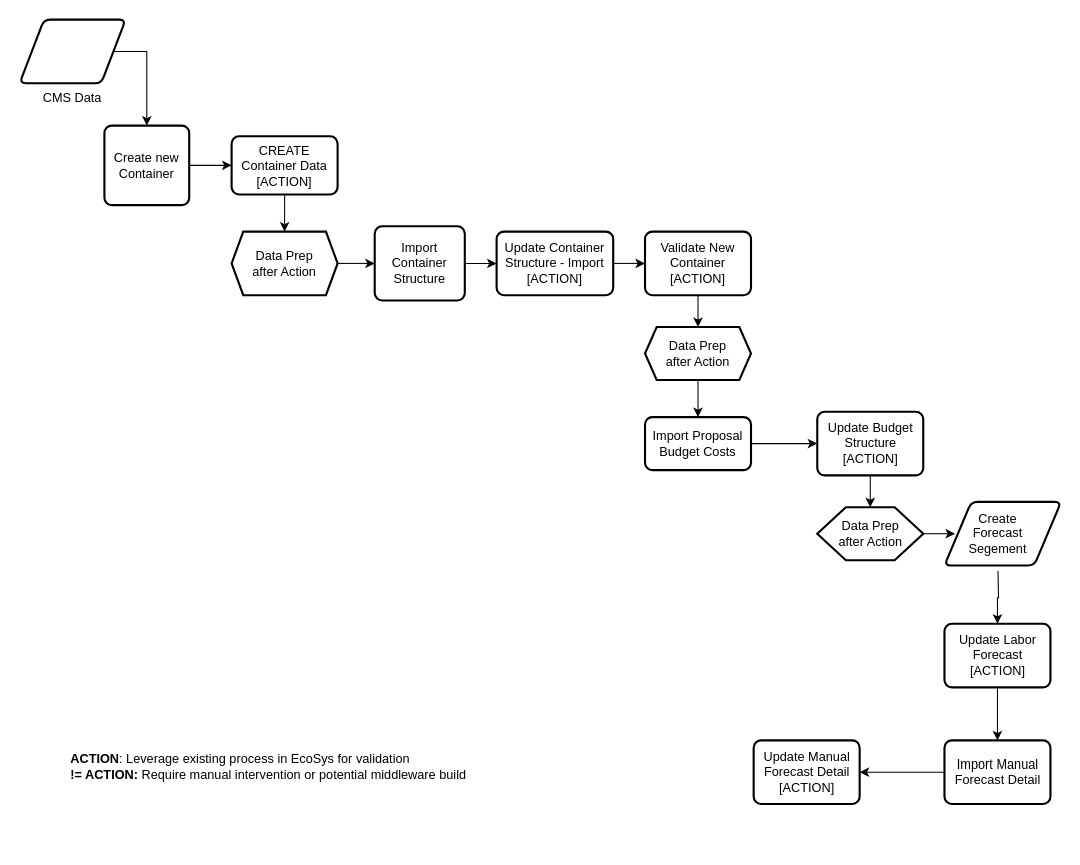
The draw.io diagram Untitled Diagram.drawio in JenMotush/Deskercise, before the edit. Source tidied: cells renumbered, new cells numbered last; positions are measured from the earlier drawing's top-left corner, leaving out a move shared by most shapes. Both pictures are drawn from the tidied source at 106%, with x=0, y=0 at pixel (19, 19).
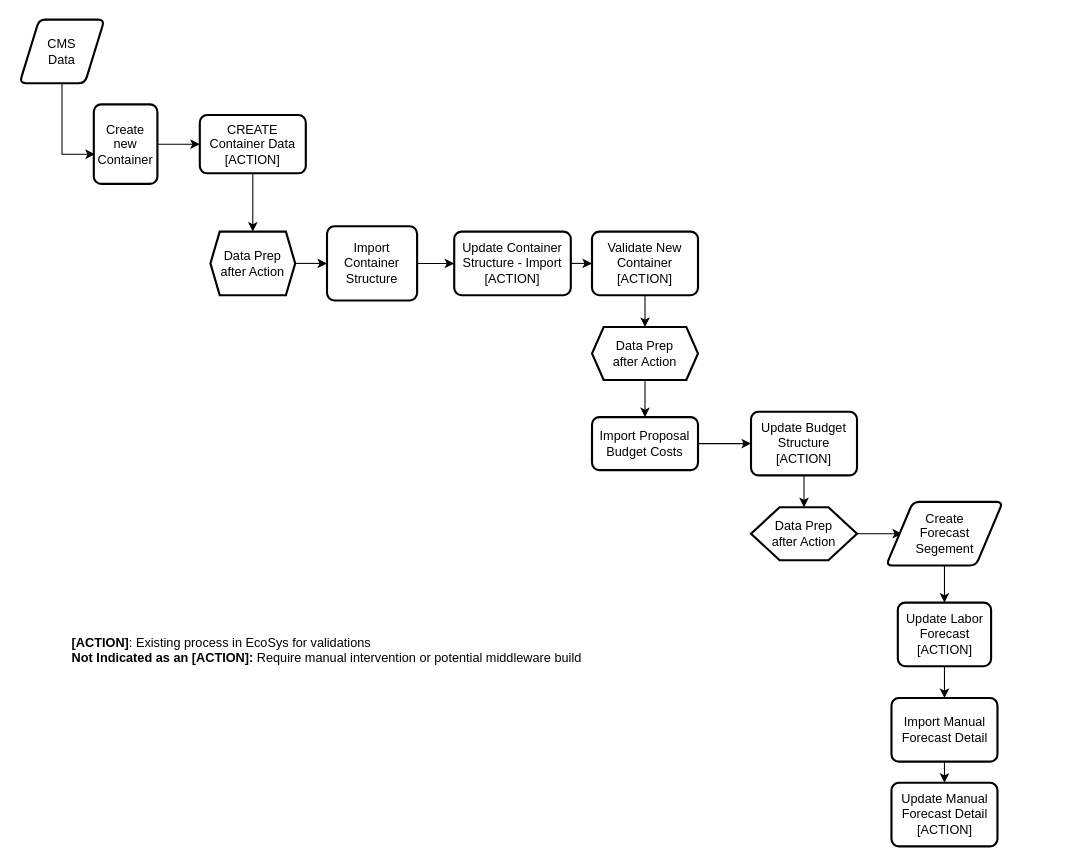
The same diagram, later.

Diff of the diagram source:
```diff
@@
-    <mxCell id="2" style="edgeStyle=orthogonalEdgeStyle;rounded=0;jettySize=auto;html=1;exitX=1;exitY=0.5;exitDx=0;exitDy=0;entryX=0.5;entryY=0;entryDx=0;entryDy=0;" parent="1" edge="1" source="3" target="5">
-      <mxGeometry relative="1" as="geometry">
-        <Array as="points">
-          <mxPoint x="120" y="30" />
-        </Array>
-      </mxGeometry>
+    <mxCell id="2" style="edgeStyle=orthogonalEdgeStyle;rounded=0;jettySize=auto;html=1;exitX=0.5;exitY=1;exitDx=0;exitDy=0;entryX=0.017;entryY=0.627;entryDx=0;entryDy=0;entryPerimeter=0;" parent="1" edge="1" source="3" target="5">
+      <mxGeometry relative="1" as="geometry" />
     </mxCell>
-    <mxCell id="3" value="CMS Data" style="verticalLabelPosition=bottom;verticalAlign=top;html=1;strokeWidth=2;shape=parallelogram;perimeter=parallelogramPerimeter;whiteSpace=wrap;rounded=1;arcSize=12;size=0.23;" parent="1" vertex="1">
-      <mxGeometry width="100" height="60" as="geometry" />
+    <mxCell id="3" style="verticalLabelPosition=bottom;verticalAlign=top;html=1;strokeWidth=2;shape=parallelogram;perimeter=parallelogramPerimeter;whiteSpace=wrap;rounded=1;arcSize=12;size=0.23;" parent="1" vertex="1">
+      <mxGeometry width="80" height="60" as="geometry" />
     </mxCell>
@@
     <mxCell id="5" value="Create new Container&lt;br&gt;" style="rounded=1;whiteSpace=wrap;html=1;absoluteArcSize=1;arcSize=14;strokeWidth=2;" parent="1" vertex="1">
-      <mxGeometry x="80" y="100" width="80" height="75" as="geometry" />
+      <mxGeometry x="70" y="80" width="60" height="75" as="geometry" />
     </mxCell>
@@
     <mxCell id="7" style="verticalLabelPosition=bottom;verticalAlign=top;html=1;strokeWidth=2;shape=hexagon;perimeter=hexagonPerimeter2;arcSize=6;size=0.11;" parent="1" vertex="1">
-      <mxGeometry x="200" y="200" width="100" height="60" as="geometry" />
+      <mxGeometry x="180" y="200" width="80" height="60" as="geometry" />
     </mxCell>
@@
     <mxCell id="9" value="CREATE Container Data&lt;br&gt;[ACTION]&lt;br&gt;" style="rounded=1;whiteSpace=wrap;html=1;absoluteArcSize=1;arcSize=14;strokeWidth=2;" parent="1" vertex="1">
-      <mxGeometry x="200" y="110" width="100" height="55" as="geometry" />
+      <mxGeometry x="170" y="90" width="100" height="55" as="geometry" />
     </mxCell>
     <mxCell id="10" value="Data Prep after Action" style="text;html=1;strokeColor=none;fillColor=none;align=center;verticalAlign=middle;whiteSpace=wrap;rounded=0;" parent="1" vertex="1">
-      <mxGeometry x="210" y="220" width="80" height="20" as="geometry" />
+      <mxGeometry x="185" y="220" width="70" height="20" as="geometry" />
     </mxCell>
@@
     <mxCell id="12" value="Import Container&lt;br&gt;Structure&lt;br&gt;" style="rounded=1;whiteSpace=wrap;html=1;absoluteArcSize=1;arcSize=14;strokeWidth=2;" parent="1" vertex="1">
-      <mxGeometry x="335" y="195" width="85" height="70" as="geometry" />
+      <mxGeometry x="290" y="195" width="85" height="70" as="geometry" />
     </mxCell>
@@
     <mxCell id="14" value="Update Container Structure - Import&lt;br&gt;[ACTION]&lt;br&gt;" style="rounded=1;whiteSpace=wrap;html=1;absoluteArcSize=1;arcSize=14;strokeWidth=2;" parent="1" vertex="1">
-      <mxGeometry x="450" y="200" width="110" height="60" as="geometry" />
+      <mxGeometry x="410" y="200" width="110" height="60" as="geometry" />
     </mxCell>
@@
     <mxCell id="16" value="Import Proposal Budget Costs&lt;br&gt;" style="rounded=1;whiteSpace=wrap;html=1;absoluteArcSize=1;arcSize=14;strokeWidth=2;" parent="1" vertex="1">
-      <mxGeometry x="590" y="375" width="100" height="50" as="geometry" />
+      <mxGeometry x="540" y="375" width="100" height="50" as="geometry" />
     </mxCell>
@@
     <mxCell id="18" value="Update Budget Structure&lt;br&gt;[ACTION]&lt;br&gt;" style="rounded=1;whiteSpace=wrap;html=1;absoluteArcSize=1;arcSize=14;strokeWidth=2;" parent="1" vertex="1">
-      <mxGeometry x="752.5" y="370" width="100" height="60" as="geometry" />
+      <mxGeometry x="690" y="370" width="100" height="60" as="geometry" />
     </mxCell>
@@
     <mxCell id="20" value="Validate New Container&lt;br&gt;[ACTION]&lt;br&gt;" style="rounded=1;whiteSpace=wrap;html=1;absoluteArcSize=1;arcSize=14;strokeWidth=2;" parent="1" vertex="1">
-      <mxGeometry x="590" y="200" width="100" height="60" as="geometry" />
+      <mxGeometry x="540" y="200" width="100" height="60" as="geometry" />
     </mxCell>
@@
     <mxCell id="22" style="verticalLabelPosition=bottom;verticalAlign=top;html=1;strokeWidth=2;shape=hexagon;perimeter=hexagonPerimeter2;arcSize=6;size=0.27;" parent="1" vertex="1">
-      <mxGeometry x="752.5" y="460" width="100" height="50" as="geometry" />
+      <mxGeometry x="690" y="460" width="100" height="50" as="geometry" />
     </mxCell>
     <mxCell id="23" value="Data Prep after Action" style="text;html=1;strokeColor=none;fillColor=none;align=center;verticalAlign=middle;whiteSpace=wrap;rounded=0;" parent="1" vertex="1">
-      <mxGeometry x="762.5" y="475" width="80" height="20" as="geometry" />
+      <mxGeometry x="700" y="475" width="80" height="20" as="geometry" />
     </mxCell>
+    <mxCell id="36" style="edgeStyle=orthogonalEdgeStyle;rounded=0;jettySize=auto;html=1;exitX=0.5;exitY=1;exitDx=0;exitDy=0;entryX=0.5;entryY=0;entryDx=0;entryDy=0;" parent="1" edge="1" source="24" target="28">
+      <mxGeometry relative="1" as="geometry" />
+    </mxCell>
     <mxCell id="24" style="verticalLabelPosition=bottom;verticalAlign=top;html=1;strokeWidth=2;shape=parallelogram;perimeter=parallelogramPerimeter;whiteSpace=wrap;rounded=1;arcSize=12;size=0.23;" parent="1" vertex="1">
-      <mxGeometry x="872.5" y="455" width="110" height="60" as="geometry" />
+      <mxGeometry x="817.5" y="455" width="110" height="60" as="geometry" />
     </mxCell>
-    <mxCell id="25" style="edgeStyle=orthogonalEdgeStyle;rounded=0;jettySize=auto;html=1;entryX=0.5;entryY=0;entryDx=0;entryDy=0;" parent="1" edge="1" target="28">
-      <mxGeometry relative="1" as="geometry">
-        <mxPoint x="923" y="520" as="sourcePoint" />
-      </mxGeometry>
-    </mxCell>
     <mxCell id="26" value="Create Forecast Segement" style="text;html=1;strokeColor=none;fillColor=none;align=center;verticalAlign=middle;whiteSpace=wrap;rounded=0;" parent="1" vertex="1">
-      <mxGeometry x="882.5" y="475" width="80" height="20" as="geometry" />
+      <mxGeometry x="832.5" y="475" width="80" height="20" as="geometry" />
     </mxCell>
-    <mxCell id="27" style="edgeStyle=orthogonalEdgeStyle;rounded=0;jettySize=auto;html=1;" parent="1" edge="1" source="28" target="30">
+    <mxCell id="27" style="edgeStyle=orthogonalEdgeStyle;rounded=0;jettySize=auto;html=1;exitX=0.5;exitY=1;exitDx=0;exitDy=0;entryX=0.5;entryY=0;entryDx=0;entryDy=0;" parent="1" edge="1" source="28" target="30">
       <mxGeometry relative="1" as="geometry" />
     </mxCell>
     <mxCell id="28" value="Update Labor Forecast&lt;br&gt;[ACTION]&lt;br&gt;" style="rounded=1;whiteSpace=wrap;html=1;absoluteArcSize=1;arcSize=14;strokeWidth=2;" parent="1" vertex="1">
-      <mxGeometry x="872.5" y="570" width="100" height="60" as="geometry" />
+      <mxGeometry x="828.5" y="550" width="88" height="60" as="geometry" />
     </mxCell>
-    <mxCell id="29" style="edgeStyle=orthogonalEdgeStyle;rounded=0;jettySize=auto;html=1;" parent="1" edge="1" source="30" target="31">
+    <mxCell id="29" style="edgeStyle=orthogonalEdgeStyle;rounded=0;jettySize=auto;html=1;exitX=0.5;exitY=1;exitDx=0;exitDy=0;entryX=0.5;entryY=0;entryDx=0;entryDy=0;" parent="1" edge="1" source="30" target="31">
       <mxGeometry relative="1" as="geometry" />
     </mxCell>
     <mxCell id="30" value="Import Manual Forecast Detail&lt;br&gt;" style="rounded=1;whiteSpace=wrap;html=1;absoluteArcSize=1;arcSize=14;strokeWidth=2;" parent="1" vertex="1">
-      <mxGeometry x="872.5" y="680" width="100" height="60" as="geometry" />
+      <mxGeometry x="822.5" y="640" width="100" height="60" as="geometry" />
     </mxCell>
     <mxCell id="31" value="Update Manual Forecast Detail&lt;br&gt;[ACTION]&lt;br&gt;" style="rounded=1;whiteSpace=wrap;html=1;absoluteArcSize=1;arcSize=14;strokeWidth=2;" parent="1" vertex="1">
-      <mxGeometry x="692.5" y="680" width="100" height="60" as="geometry" />
+      <mxGeometry x="822.5" y="720" width="100" height="60" as="geometry" />
     </mxCell>
-    <mxCell id="32" value="&lt;div style=&quot;text-align: left&quot;&gt;&lt;span&gt;&lt;b&gt;ACTION&lt;/b&gt;: Leverage existing process in EcoSys for validation&lt;/span&gt;&lt;/div&gt;&lt;div style=&quot;text-align: left&quot;&gt;&lt;b&gt;!= ACTION:&lt;/b&gt; Require manual intervention or potential middleware build&lt;/div&gt;" style="text;html=1;strokeColor=none;fillColor=none;align=center;verticalAlign=middle;whiteSpace=wrap;rounded=0;" parent="1" vertex="1">
-      <mxGeometry x="20" y="660" width="430" height="90" as="geometry" />
+    <mxCell id="32" value="&lt;div style=&quot;text-align: left&quot;&gt;&lt;span&gt;&lt;b&gt;[ACTION]&lt;/b&gt;: Existing process in EcoSys for validations&lt;/span&gt;&lt;/div&gt;&lt;div style=&quot;text-align: left&quot;&gt;&lt;b&gt;Not Indicated as an [ACTION]:&lt;/b&gt; Require manual intervention or potential middleware build&lt;/div&gt;" style="text;html=1;strokeColor=none;fillColor=none;align=center;verticalAlign=middle;whiteSpace=wrap;rounded=0;" parent="1" vertex="1">
+      <mxGeometry x="10" y="550" width="560" height="90" as="geometry" />
     </mxCell>
@@
     <mxCell id="34" style="verticalLabelPosition=bottom;verticalAlign=top;html=1;strokeWidth=2;shape=hexagon;perimeter=hexagonPerimeter2;arcSize=6;size=0.11;" parent="1" vertex="1">
-      <mxGeometry x="590" y="290" width="100" height="50" as="geometry" />
+      <mxGeometry x="540" y="290" width="100" height="50" as="geometry" />
     </mxCell>
     <mxCell id="35" value="Data Prep after Action" style="text;html=1;strokeColor=none;fillColor=none;align=center;verticalAlign=middle;whiteSpace=wrap;rounded=0;" parent="1" vertex="1">
-      <mxGeometry x="600" y="305" width="80" height="20" as="geometry" />
+      <mxGeometry x="550" y="305" width="80" height="20" as="geometry" />
     </mxCell>
+    <mxCell id="37" value="CMS Data" style="text;html=1;strokeColor=none;fillColor=none;align=center;verticalAlign=middle;whiteSpace=wrap;rounded=0;" parent="1" vertex="1">
+      <mxGeometry x="20" y="20" width="40" height="20" as="geometry" />
+    </mxCell>
```
